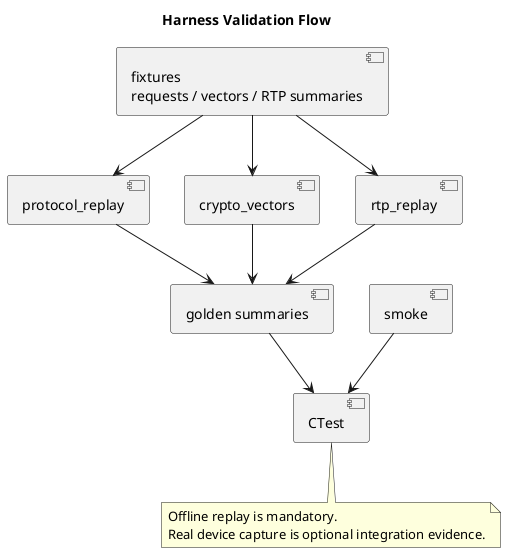
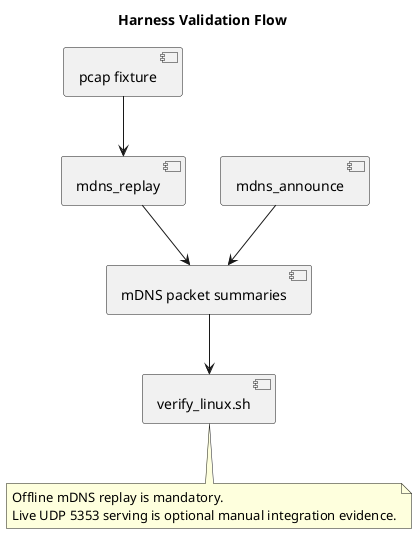
@startuml
title Harness Validation Flow

- component "fixtures\nrequests / vectors / RTP summaries" as Fixtures
- component "protocol_replay" as ProtocolReplay
- component "crypto_vectors" as CryptoVectors
- component "rtp_replay" as RtpReplay
- component "smoke" as Smoke
- component "golden summaries" as Golden
- component "CTest" as CTest
+ component "pcap fixture" as PcapFixture
+ component "mdns_replay" as MdnsReplay
+ component "mdns_announce" as MdnsAnnounce
+ component "mDNS packet summaries" as MdnsSummary
+ component "verify_linux.sh" as VerifyLinux

- Fixtures --> ProtocolReplay
- Fixtures --> CryptoVectors
- Fixtures --> RtpReplay
- Smoke --> CTest
- ProtocolReplay --> Golden
- CryptoVectors --> Golden
- RtpReplay --> Golden
- Golden --> CTest
+ PcapFixture --> MdnsReplay
+ MdnsReplay --> MdnsSummary
+ MdnsAnnounce --> MdnsSummary
+ MdnsSummary --> VerifyLinux

note bottom
- Offline replay is mandatory.
- Real device capture is optional integration evidence.
+ Offline mDNS replay is mandatory.
+ Live UDP 5353 serving is optional manual integration evidence.
end note

@enduml
